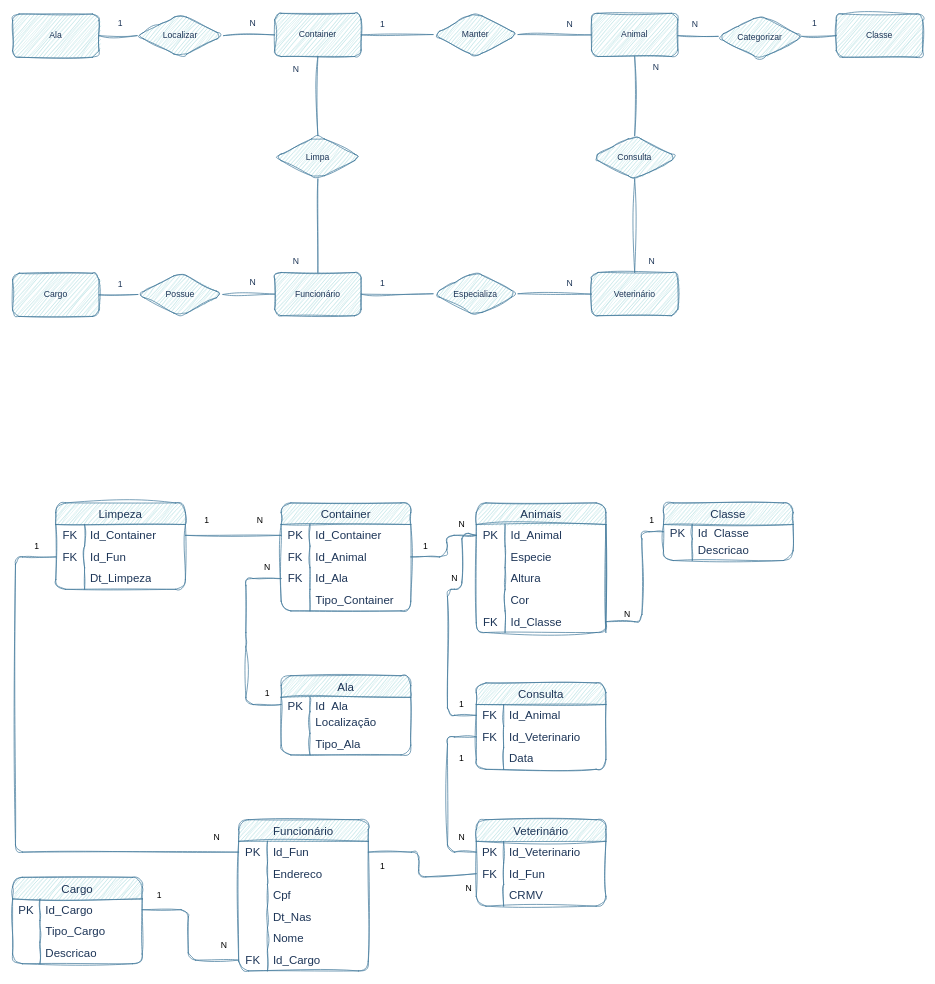
Before: ETEC/DB/Atvs/Diagrama sem nome.drawio in Endrigogustavo/2Ano-ETEC, a draw.io diagram. Source tidied: cells renumbered, new cells numbered last; positions are measured from the earlier drawing's top-left corner, leaving out a move shared by most shapes. Both pictures are drawn from the tidied source at 72%, with x=0, y=0 at pixel (12, 12).
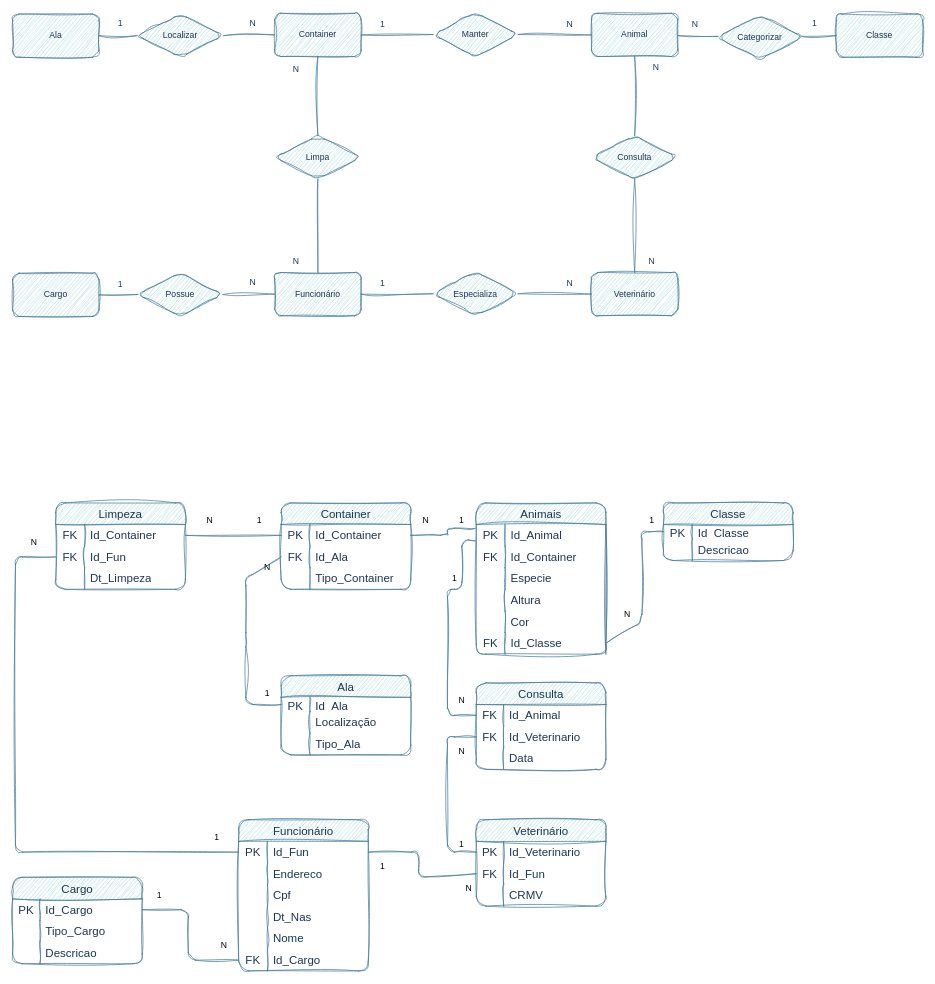
Above is the later version.

Unchanged cells that the change refers to:
```xml
<mxCell id="19" style="shape=tableRow;horizontal=0;startSize=0;swimlaneHead=0;swimlaneBody=0;top=0;left=0;bottom=0;right=0;fillColor=none;points=[[0,0.5],[1,0.5]];portConstraint=eastwest;strokeColor=#457B9D;fontSize=16;rounded=1;sketch=1;curveFitting=1;jiggle=2;labelBackgroundColor=none;fontColor=#1D3557;" parent="18" vertex="1">
  <mxGeometry y="30" width="180" height="30" as="geometry" />
</mxCell>
<mxCell id="22" style="shape=tableRow;horizontal=0;startSize=0;swimlaneHead=0;swimlaneBody=0;top=0;left=0;bottom=0;right=0;fillColor=none;strokeColor=#457B9D;fontSize=16;rounded=1;sketch=1;curveFitting=1;jiggle=2;labelBackgroundColor=none;fontColor=#1D3557;" parent="18" vertex="1">
  <mxGeometry y="60" width="180" height="30" as="geometry" />
</mxCell>
<mxCell id="36" style="shape=tableRow;horizontal=0;startSize=0;swimlaneHead=0;swimlaneBody=0;top=0;left=0;bottom=0;right=0;fillColor=none;points=[[0,0.5],[1,0.5]];portConstraint=eastwest;strokeColor=#457B9D;fontSize=16;rounded=1;sketch=1;curveFitting=1;jiggle=2;labelBackgroundColor=none;fontColor=#1D3557;" parent="35" vertex="1">
  <mxGeometry y="30" width="180" height="30" as="geometry" />
</mxCell>
<mxCell id="137" style="shape=tableRow;horizontal=0;startSize=0;swimlaneHead=0;swimlaneBody=0;top=0;left=0;bottom=0;right=0;fillColor=none;points=[[0,0.5],[1,0.5]];portConstraint=eastwest;strokeColor=#457B9D;fontSize=16;rounded=1;sketch=1;curveFitting=1;jiggle=2;labelBackgroundColor=none;fontColor=#1D3557;" parent="136" vertex="1">
  <mxGeometry y="30" width="180" height="30" as="geometry" />
</mxCell>
```

Change to the diagram source:
```diff
@@
     <mxCell id="18" value="Animais" style="shape=table;startSize=30;childLayout=tableLayout;rowLines=0;fontStyle=0;strokeColor=#457B9D;fontSize=16;rounded=1;sketch=1;curveFitting=1;jiggle=2;labelBackgroundColor=none;fillColor=#A8DADC;fontColor=#1D3557;" parent="1" vertex="1">
-      <mxGeometry x="644" y="681" width="180" height="180" as="geometry" />
+      <mxGeometry x="644" y="681" width="180" height="210" as="geometry" />
     </mxCell>
@@
-    <mxCell id="23" style="shape=partialRectangle;html=1;whiteSpace=wrap;fillColor=none;top=0;left=0;bottom=0;right=0;overflow=hidden;strokeColor=#457B9D;fontSize=16;rounded=1;sketch=1;curveFitting=1;jiggle=2;labelBackgroundColor=none;fontColor=#1D3557;" parent="22" vertex="1">
+    <mxCell id="23" value="FK" style="shape=partialRectangle;html=1;whiteSpace=wrap;fillColor=none;top=0;left=0;bottom=0;right=0;overflow=hidden;strokeColor=#457B9D;fontSize=16;rounded=1;sketch=1;curveFitting=1;jiggle=2;labelBackgroundColor=none;fontColor=#1D3557;" parent="22" vertex="1">
       <mxGeometry width="40" height="30" as="geometry" />
     </mxCell>
-    <mxCell id="24" value="Especie" style="shape=partialRectangle;html=1;whiteSpace=wrap;fillColor=none;top=0;left=0;bottom=0;right=0;align=left;spacingLeft=6;overflow=hidden;strokeColor=#457B9D;fontSize=16;rounded=1;sketch=1;curveFitting=1;jiggle=2;labelBackgroundColor=none;fontColor=#1D3557;" parent="22" vertex="1">
+    <mxCell id="24" value="Id_Container" style="shape=partialRectangle;html=1;whiteSpace=wrap;fillColor=none;top=0;left=0;bottom=0;right=0;align=left;spacingLeft=6;overflow=hidden;strokeColor=#457B9D;fontSize=16;rounded=1;sketch=1;curveFitting=1;jiggle=2;labelBackgroundColor=none;fontColor=#1D3557;" parent="22" vertex="1">
       <mxGeometry x="40" width="140" height="30" as="geometry" />
     </mxCell>
+    <mxCell id="177" style="shape=tableRow;horizontal=0;startSize=0;swimlaneHead=0;swimlaneBody=0;top=0;left=0;bottom=0;right=0;fillColor=none;strokeColor=#457B9D;fontSize=16;rounded=1;sketch=1;curveFitting=1;jiggle=2;labelBackgroundColor=none;fontColor=#1D3557;" parent="18" vertex="1">
+      <mxGeometry y="90" width="180" height="30" as="geometry" />
+    </mxCell>
+    <mxCell id="178" style="shape=partialRectangle;html=1;whiteSpace=wrap;fillColor=none;top=0;left=0;bottom=0;right=0;overflow=hidden;strokeColor=#457B9D;fontSize=16;rounded=1;sketch=1;curveFitting=1;jiggle=2;labelBackgroundColor=none;fontColor=#1D3557;" parent="177" vertex="1">
+      <mxGeometry width="40" height="30" as="geometry" />
+    </mxCell>
+    <mxCell id="179" value="Especie" style="shape=partialRectangle;html=1;whiteSpace=wrap;fillColor=none;top=0;left=0;bottom=0;right=0;align=left;spacingLeft=6;overflow=hidden;strokeColor=#457B9D;fontSize=16;rounded=1;sketch=1;curveFitting=1;jiggle=2;labelBackgroundColor=none;fontColor=#1D3557;" parent="177" vertex="1">
+      <mxGeometry x="40" width="140" height="30" as="geometry" />
+    </mxCell>
     <mxCell id="25" style="shape=tableRow;horizontal=0;startSize=0;swimlaneHead=0;swimlaneBody=0;top=0;left=0;bottom=0;right=0;fillColor=none;strokeColor=#457B9D;fontSize=16;rounded=1;sketch=1;curveFitting=1;jiggle=2;labelBackgroundColor=none;fontColor=#1D3557;" parent="18" vertex="1">
-      <mxGeometry y="90" width="180" height="30" as="geometry" />
+      <mxGeometry y="120" width="180" height="30" as="geometry" />
     </mxCell>
@@
     <mxCell id="28" style="shape=tableRow;horizontal=0;startSize=0;swimlaneHead=0;swimlaneBody=0;top=0;left=0;bottom=0;right=0;fillColor=none;strokeColor=#457B9D;fontSize=16;rounded=1;sketch=1;curveFitting=1;jiggle=2;labelBackgroundColor=none;fontColor=#1D3557;" parent="18" vertex="1">
-      <mxGeometry y="120" width="180" height="30" as="geometry" />
+      <mxGeometry y="150" width="180" height="30" as="geometry" />
     </mxCell>
@@
     <mxCell id="31" style="shape=tableRow;horizontal=0;startSize=0;swimlaneHead=0;swimlaneBody=0;top=0;left=0;bottom=0;right=0;fillColor=none;points=[[0,0.5],[1,0.5]];portConstraint=eastwest;strokeColor=#457B9D;fontSize=16;rounded=1;sketch=1;curveFitting=1;jiggle=2;labelBackgroundColor=none;fontColor=#1D3557;" parent="18" vertex="1">
-      <mxGeometry y="150" width="180" height="30" as="geometry" />
+      <mxGeometry y="180" width="180" height="30" as="geometry" />
     </mxCell>
@@
     <mxCell id="35" value="Container" style="shape=table;startSize=30;childLayout=tableLayout;rowLines=0;fontStyle=0;strokeColor=#457B9D;fontSize=16;rounded=1;sketch=1;curveFitting=1;jiggle=2;labelBackgroundColor=none;fillColor=#A8DADC;fontColor=#1D3557;" parent="1" vertex="1">
-      <mxGeometry x="373" y="681" width="180" height="150" as="geometry" />
+      <mxGeometry x="373" y="681" width="180" height="120" as="geometry" />
     </mxCell>
@@
-    <mxCell id="39" style="shape=tableRow;horizontal=0;startSize=0;swimlaneHead=0;swimlaneBody=0;top=0;left=0;bottom=0;right=0;fillColor=none;points=[[0,0.5],[1,0.5]];portConstraint=eastwest;strokeColor=#457B9D;fontSize=16;rounded=1;sketch=1;curveFitting=1;jiggle=2;labelBackgroundColor=none;fontColor=#1D3557;" parent="35" vertex="1">
-      <mxGeometry y="60" width="180" height="30" as="geometry" />
-    </mxCell>
-    <mxCell id="40" value="FK" style="shape=partialRectangle;html=1;whiteSpace=wrap;fillColor=none;top=0;left=0;bottom=0;right=0;overflow=hidden;strokeColor=#457B9D;fontSize=16;rounded=1;sketch=1;curveFitting=1;jiggle=2;labelBackgroundColor=none;fontColor=#1D3557;" parent="39" vertex="1">
-      <mxGeometry width="40" height="30" as="geometry" />
-    </mxCell>
-    <mxCell id="41" value="Id_Animal" style="shape=partialRectangle;html=1;whiteSpace=wrap;fillColor=none;top=0;left=0;bottom=0;right=0;align=left;spacingLeft=6;overflow=hidden;strokeColor=#457B9D;fontSize=16;rounded=1;sketch=1;curveFitting=1;jiggle=2;labelBackgroundColor=none;fontColor=#1D3557;" parent="39" vertex="1">
-      <mxGeometry x="40" width="140" height="30" as="geometry" />
-    </mxCell>
     <mxCell id="42" style="shape=tableRow;horizontal=0;startSize=0;swimlaneHead=0;swimlaneBody=0;top=0;left=0;bottom=0;right=0;fillColor=none;points=[[0,0.5],[1,0.5]];portConstraint=eastwest;strokeColor=#457B9D;fontSize=16;rounded=1;sketch=1;curveFitting=1;jiggle=2;labelBackgroundColor=none;fontColor=#1D3557;" parent="35" vertex="1">
-      <mxGeometry y="90" width="180" height="30" as="geometry" />
+      <mxGeometry y="60" width="180" height="30" as="geometry" />
     </mxCell>
@@
     <mxCell id="45" style="shape=tableRow;horizontal=0;startSize=0;swimlaneHead=0;swimlaneBody=0;top=0;left=0;bottom=0;right=0;fillColor=none;strokeColor=#457B9D;fontSize=16;rounded=1;sketch=1;curveFitting=1;jiggle=2;labelBackgroundColor=none;fontColor=#1D3557;" parent="35" vertex="1">
-      <mxGeometry y="120" width="180" height="30" as="geometry" />
+      <mxGeometry y="90" width="180" height="30" as="geometry" />
     </mxCell>
@@
-    <mxCell id="58" style="endArrow=none;html=1;rounded=1;exitX=0;exitY=0.5;exitDx=0;exitDy=0;entryX=1;entryY=0.5;entryDx=0;entryDy=0;sketch=1;curveFitting=1;jiggle=2;labelBackgroundColor=none;strokeColor=#457B9D;fontColor=default;" parent="1" edge="1" source="19" target="39">
+    <mxCell id="58" style="endArrow=none;html=1;rounded=1;exitX=-0.007;exitY=0.177;exitDx=0;exitDy=0;entryX=1;entryY=0.5;entryDx=0;entryDy=0;sketch=1;curveFitting=1;jiggle=2;labelBackgroundColor=none;strokeColor=#457B9D;fontColor=default;exitPerimeter=0;" parent="1" edge="1" source="19" target="36">
       <mxGeometry relative="1" as="geometry">
         <Array as="points">
-          <mxPoint x="603" y="726" />
-          <mxPoint x="603" y="756" />
+          <mxPoint x="604" y="716" />
+          <mxPoint x="604" y="726" />
         </Array>
       </mxGeometry>
     </mxCell>
@@
-    <mxCell id="146" style="endArrow=none;html=1;rounded=1;exitX=0;exitY=0.5;exitDx=0;exitDy=0;entryX=0;entryY=0.5;entryDx=0;entryDy=0;sketch=1;curveFitting=1;jiggle=2;labelBackgroundColor=none;strokeColor=#457B9D;fontColor=default;" parent="1" edge="1" source="19" target="137">
+    <mxCell id="146" style="endArrow=none;html=1;rounded=1;exitX=-0.008;exitY=0.758;exitDx=0;exitDy=0;entryX=0;entryY=0.5;entryDx=0;entryDy=0;sketch=1;curveFitting=1;jiggle=2;labelBackgroundColor=none;strokeColor=#457B9D;fontColor=default;exitPerimeter=0;" parent="1" edge="1" source="19" target="137">
       <mxGeometry relative="1" as="geometry">
         <Array as="points">
-          <mxPoint x="624" y="721" />
+          <mxPoint x="624" y="731" />
           <mxPoint x="624" y="801" />
           <mxPoint x="604" y="801" />
           <mxPoint x="604" y="976" />
         </Array>
       </mxGeometry>
     </mxCell>
@@
     <mxCell id="159" value="N" style="text;html=1;strokeColor=none;fillColor=none;align=center;verticalAlign=middle;whiteSpace=wrap;rounded=0;" parent="1" vertex="1">
-      <mxGeometry x="314" y="691" width="60" height="30" as="geometry" />
+      <mxGeometry x="244" y="691" width="60" height="30" as="geometry" />
     </mxCell>
     <mxCell id="160" value="N" style="text;html=1;strokeColor=none;fillColor=none;align=center;verticalAlign=middle;whiteSpace=wrap;rounded=0;" parent="1" vertex="1">
-      <mxGeometry x="254" y="1131" width="60" height="30" as="geometry" />
+      <mxGeometry y="721" width="60" height="30" as="geometry" />
     </mxCell>
     <mxCell id="161" value="1" style="text;html=1;strokeColor=none;fillColor=none;align=center;verticalAlign=middle;whiteSpace=wrap;rounded=0;" parent="1" vertex="1">
-      <mxGeometry x="4" y="726" width="60" height="30" as="geometry" />
+      <mxGeometry x="254" y="1131" width="60" height="30" as="geometry" />
     </mxCell>
     <mxCell id="162" value="1" style="text;html=1;strokeColor=none;fillColor=none;align=center;verticalAlign=middle;whiteSpace=wrap;rounded=0;" parent="1" vertex="1">
-      <mxGeometry x="240" y="691" width="60" height="30" as="geometry" />
+      <mxGeometry x="313" y="691" width="60" height="30" as="geometry" />
     </mxCell>
     <mxCell id="163" value="N" style="text;html=1;strokeColor=none;fillColor=none;align=center;verticalAlign=middle;whiteSpace=wrap;rounded=0;" parent="1" vertex="1">
-      <mxGeometry x="594" y="696" width="60" height="30" as="geometry" />
+      <mxGeometry x="544" y="691" width="60" height="30" as="geometry" />
     </mxCell>
     <mxCell id="164" value="1" style="text;html=1;strokeColor=none;fillColor=none;align=center;verticalAlign=middle;whiteSpace=wrap;rounded=0;" parent="1" vertex="1">
-      <mxGeometry x="544" y="726" width="60" height="30" as="geometry" />
+      <mxGeometry x="594" y="691" width="60" height="30" as="geometry" />
     </mxCell>
@@
     <mxCell id="167" value="N" style="text;html=1;strokeColor=none;fillColor=none;align=center;verticalAlign=middle;whiteSpace=wrap;rounded=0;" parent="1" vertex="1">
-      <mxGeometry x="584" y="771" width="60" height="30" as="geometry" />
+      <mxGeometry x="594" y="941" width="60" height="30" as="geometry" />
     </mxCell>
     <mxCell id="168" value="1" style="text;html=1;strokeColor=none;fillColor=none;align=center;verticalAlign=middle;whiteSpace=wrap;rounded=0;" parent="1" vertex="1">
-      <mxGeometry x="594" y="946" width="60" height="30" as="geometry" />
+      <mxGeometry x="584" y="771" width="60" height="30" as="geometry" />
     </mxCell>
     <mxCell id="169" value="1" style="text;html=1;strokeColor=none;fillColor=none;align=center;verticalAlign=middle;whiteSpace=wrap;rounded=0;" parent="1" vertex="1">
-      <mxGeometry x="594" y="1021" width="60" height="30" as="geometry" />
+      <mxGeometry x="594" y="1141" width="60" height="30" as="geometry" />
     </mxCell>
     <mxCell id="170" value="N" style="text;html=1;strokeColor=none;fillColor=none;align=center;verticalAlign=middle;whiteSpace=wrap;rounded=0;" parent="1" vertex="1">
-      <mxGeometry x="594" y="1131" width="60" height="30" as="geometry" />
+      <mxGeometry x="594" y="1011" width="60" height="30" as="geometry" />
     </mxCell>
```
